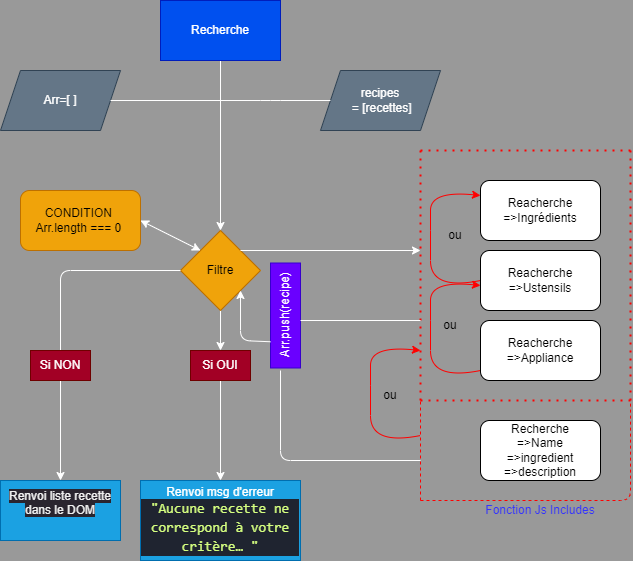
Before: Algo/Option1.png, a diagram exported from draw.io (quentinM22/Formation_Oc-Projet7-Lespetitsplats). Source tidied: cells renumbered, new cells last; positions are measured from the earlier drawing's top-left corner, leaving out a move shared by most shapes.
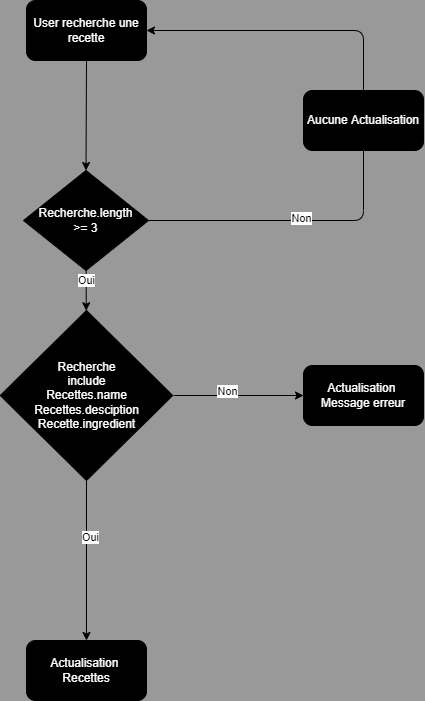
After the commit.

The edit, as a diff of the source:
```diff
@@ -2,185 +2,65 @@
   <root>
     <mxCell id="0" />
     <mxCell id="1" parent="0" />
+    <mxCell id="7" style="edgeStyle=none;html=1;exitX=0.5;exitY=1;exitDx=0;exitDy=0;entryX=0.5;entryY=0;entryDx=0;entryDy=0;" parent="1" edge="1" source="3" target="5">
+      <mxGeometry relative="1" as="geometry" />
+    </mxCell>
+    <mxCell id="3" value="User recherche une recette" style="rounded=1;whiteSpace=wrap;html=1;fillColor=#000000;fontColor=#FFFFFF;" parent="1" vertex="1">
+      <mxGeometry x="103" y="10" width="120" height="60" as="geometry" />
+    </mxCell>
+    <mxCell id="40" style="edgeStyle=none;html=1;" parent="1" edge="1" source="5" target="42">
+      <mxGeometry relative="1" as="geometry" />
+    </mxCell>
+    <mxCell id="24" value="Oui" style="edgeLabel;html=1;align=center;verticalAlign=middle;" parent="40" vertex="1">
+      <mxGeometry x="-0.52" relative="1" as="geometry" />
+    </mxCell>
+    <mxCell id="8" style="edgeStyle=none;html=1;exitX=1;exitY=0.5;exitDx=0;exitDy=0;entryX=0.5;entryY=0;entryDx=0;entryDy=0;" parent="1" edge="1" source="5" target="41">
+      <mxGeometry relative="1" as="geometry">
+        <Array as="points">
+          <mxPoint x="440" y="230" />
+        </Array>
+      </mxGeometry>
+    </mxCell>
+    <mxCell id="23" value="Non" style="edgeLabel;html=1;align=center;verticalAlign=middle;" parent="8" vertex="1">
+      <mxGeometry x="-0.12" y="3" relative="1" as="geometry" />
+    </mxCell>
+    <mxCell id="5" value="Recherche.length&lt;br&gt;&amp;gt;= 3" style="rhombus;whiteSpace=wrap;html=1;fillColor=#000000;fontColor=#FFFFFF;" parent="1" vertex="1">
+      <mxGeometry x="100" y="180" width="125" height="100" as="geometry" />
+    </mxCell>
+    <mxCell id="36" style="edgeStyle=none;html=1;exitX=0.5;exitY=0;exitDx=0;exitDy=0;entryX=1;entryY=0.5;entryDx=0;entryDy=0;" parent="1" edge="1" source="41" target="3">
+      <mxGeometry relative="1" as="geometry">
+        <Array as="points">
+          <mxPoint x="440" y="40" />
+        </Array>
+      </mxGeometry>
+    </mxCell>
+    <mxCell id="41" value="Aucune Actualisation" style="rounded=1;whiteSpace=wrap;html=1;fillColor=#000000;fontColor=#FFFFFF;" parent="1" vertex="1">
+      <mxGeometry x="380" y="100" width="120" height="60" as="geometry" />
+    </mxCell>
+    <mxCell id="11" style="edgeStyle=none;html=1;" parent="1" edge="1" target="2">
+      <mxGeometry relative="1" as="geometry">
+        <mxPoint x="250" y="405" as="sourcePoint" />
+      </mxGeometry>
+    </mxCell>
+    <mxCell id="25" value="Non" style="edgeLabel;html=1;align=center;verticalAlign=middle;" parent="11" vertex="1">
+      <mxGeometry x="-0.19" y="4" relative="1" as="geometry">
+        <mxPoint y="-1" as="offset" />
+      </mxGeometry>
+    </mxCell>
+    <mxCell id="13" style="edgeStyle=none;html=1;" parent="1" edge="1" source="42" target="12">
+      <mxGeometry relative="1" as="geometry" />
+    </mxCell>
+    <mxCell id="26" value="Oui" style="edgeLabel;html=1;align=center;verticalAlign=middle;" parent="13" vertex="1">
+      <mxGeometry x="-0.3" y="3" relative="1" as="geometry" />
+    </mxCell>
+    <mxCell id="42" value="Recherche&lt;br&gt;include&lt;br&gt;Recettes.name&lt;br&gt;Recettes.desciption&lt;br&gt;Recette.ingredient" style="rhombus;whiteSpace=wrap;html=1;fillColor=#000000;fontColor=#FFFFFF;" parent="1" vertex="1">
+      <mxGeometry x="76.8" y="320" width="172.5" height="170" as="geometry" />
+    </mxCell>
-    <mxCell id="2" style="edgeStyle=none;html=1;strokeColor=#FFFFFF;" parent="1" edge="1" source="3" target="5">
-      <mxGeometry relative="1" as="geometry" />
+    <mxCell id="2" value="Actualisation&amp;nbsp;&lt;br&gt;Message erreur" style="rounded=1;whiteSpace=wrap;html=1;fillColor=#000000;fontColor=#FFFFFF;" parent="1" vertex="1">
+      <mxGeometry x="380" y="375" width="120" height="60" as="geometry" />
     </mxCell>
-    <mxCell id="3" value="Recherche" style="rounded=0;whiteSpace=wrap;html=1;fillColor=#0050ef;fontColor=#ffffff;strokeColor=#001DBC;" parent="1" vertex="1">
-      <mxGeometry x="160" width="120" height="60" as="geometry" />
-    </mxCell>
-    <mxCell id="4" style="edgeStyle=none;html=1;strokeColor=#FFFFFF;" parent="1" edge="1" source="5" target="33">
-      <mxGeometry relative="1" as="geometry" />
-    </mxCell>
-    <mxCell id="5" value="Filtre" style="rhombus;whiteSpace=wrap;html=1;fillColor=#f0a30a;fontColor=#000000;strokeColor=#BD7000;" parent="1" vertex="1">
-      <mxGeometry x="180" y="230" width="80" height="80" as="geometry" />
-    </mxCell>
-    <mxCell id="6" value="Renvoi msg d'erreur&lt;br&gt;&lt;div style=&quot;color: rgb(204, 202, 194); background-color: rgb(31, 36, 48); font-family: Consolas, &amp;quot;Courier New&amp;quot;, monospace; font-size: 14px; line-height: 19px;&quot;&gt;&lt;span style=&quot;color: #d5ff80;&quot;&gt;&quot;Aucune recette ne correspond à votre critère… &quot;&lt;/span&gt;&lt;/div&gt;" style="whiteSpace=wrap;html=1;fillColor=#1ba1e2;fontColor=#ffffff;strokeColor=#006EAF;" parent="1" vertex="1">
-      <mxGeometry x="140" y="480" width="160" height="80" as="geometry" />
-    </mxCell>
-    <mxCell id="7" value="&#10;&lt;span style=&quot;color: rgb(240, 240, 240); font-family: Helvetica; font-size: 12px; font-style: normal; font-variant-ligatures: normal; font-variant-caps: normal; font-weight: 400; letter-spacing: normal; orphans: 2; text-align: center; text-indent: 0px; text-transform: none; widows: 2; word-spacing: 0px; -webkit-text-stroke-width: 0px; background-color: rgb(42, 37, 47); text-decoration-thickness: initial; text-decoration-style: initial; text-decoration-color: initial; float: none; display: inline !important;&quot;&gt;Renvoi liste recette dans le DOM&lt;/span&gt;&#10;&#10;" style="whiteSpace=wrap;html=1;fillColor=#1ba1e2;fontColor=#ffffff;strokeColor=#006EAF;" parent="1" vertex="1">
-      <mxGeometry y="480" width="120" height="60" as="geometry" />
-    </mxCell>
-    <mxCell id="8" value="Arr=[ ]" style="shape=parallelogram;perimeter=parallelogramPerimeter;whiteSpace=wrap;html=1;fixedSize=1;fillColor=#647687;fontColor=#ffffff;strokeColor=#314354;" parent="1" vertex="1">
-      <mxGeometry y="70" width="120" height="60" as="geometry" />
-    </mxCell>
-    <mxCell id="9" value="recipes&lt;br&gt;&amp;nbsp;= [recettes]" style="shape=parallelogram;perimeter=parallelogramPerimeter;whiteSpace=wrap;html=1;fixedSize=1;fillColor=#647687;fontColor=#ffffff;strokeColor=#314354;" parent="1" vertex="1">
-      <mxGeometry x="320" y="70" width="120" height="60" as="geometry" />
-    </mxCell>
-    <mxCell id="10" style="endArrow=none;html=1;strokeColor=#FFFFFF;" parent="1" edge="1" source="8" target="9">
-      <mxGeometry relative="1" as="geometry">
-        <Array as="points">
-          <mxPoint x="270" y="100" />
-        </Array>
-      </mxGeometry>
-    </mxCell>
-    <mxCell id="11" value="Reacherche&lt;br&gt;=&amp;gt;Ingrédients" style="rounded=1;whiteSpace=wrap;html=1;" parent="1" vertex="1">
-      <mxGeometry x="480" y="180" width="120" height="60" as="geometry" />
-    </mxCell>
-    <mxCell id="12" value="Reacherche&lt;br&gt;=&amp;gt;Appliance" style="rounded=1;whiteSpace=wrap;html=1;" parent="1" vertex="1">
-      <mxGeometry x="480" y="320" width="120" height="60" as="geometry" />
+    <mxCell id="12" value="Actualisation&amp;nbsp; Recettes" style="rounded=1;whiteSpace=wrap;html=1;fillColor=#000000;fontColor=#FFFFFF;" parent="1" vertex="1">
+      <mxGeometry x="103" y="650" width="120" height="60" as="geometry" />
     </mxCell>
-    <mxCell id="13" value="Reacherche&lt;br&gt;=&amp;gt;Ustensils" style="rounded=1;whiteSpace=wrap;html=1;" parent="1" vertex="1">
-      <mxGeometry x="480" y="250" width="120" height="60" as="geometry" />
-    </mxCell>
-    <mxCell id="14" style="curved=1;endArrow=classic;html=1;entryX=0;entryY=0.25;entryDx=0;entryDy=0;exitX=0;exitY=0.5;exitDx=0;exitDy=0;strokeColor=#FF0000;" parent="1" edge="1" source="13" target="11">
-      <mxGeometry relative="1" as="geometry">
-        <Array as="points">
-          <mxPoint x="430" y="290" />
-          <mxPoint x="430" y="230" />
-          <mxPoint x="430" y="190" />
-        </Array>
-      </mxGeometry>
-    </mxCell>
-    <mxCell id="15" style="curved=1;endArrow=classic;html=1;entryX=0;entryY=0.25;entryDx=0;entryDy=0;exitX=0;exitY=0.5;exitDx=0;exitDy=0;strokeColor=#FF0000;" parent="1" edge="1">
-      <mxGeometry relative="1" as="geometry">
-        <mxPoint x="480" y="370" as="sourcePoint" />
-        <mxPoint x="480" y="285" as="targetPoint" />
-        <Array as="points">
-          <mxPoint x="430" y="380" />
-          <mxPoint x="430" y="320" />
-          <mxPoint x="430" y="280" />
-        </Array>
-      </mxGeometry>
-    </mxCell>
-    <mxCell id="16" value="ou&lt;span style=&quot;color: rgba(0, 0, 0, 0); font-family: monospace; font-size: 0px; text-align: start;&quot;&gt;%3CmxGraphModel%3E%3Croot%3E%3CmxCell%20id%3D%220%22%2F%3E%3CmxCell%20id%3D%221%22%20parent%3D%220%22%2F%3E%3CmxCell%20id%3D%222%22%20value%3D%22%22%20style%3D%22curved%3D1%3BendArrow%3Dclassic%3Bhtml%3D1%3BentryX%3D0%3BentryY%3D0.25%3BentryDx%3D0%3BentryDy%3D0%3BexitX%3D0%3BexitY%3D0.5%3BexitDx%3D0%3BexitDy%3D0%3B%22%20edge%3D%221%22%20parent%3D%221%22%3E%3CmxGeometry%20width%3D%2250%22%20height%3D%2250%22%20relative%3D%221%22%20as%3D%22geometry%22%3E%3CmxPoint%20x%3D%22530%22%20y%3D%22300%22%20as%3D%22sourcePoint%22%2F%3E%3CmxPoint%20x%3D%22530%22%20y%3D%22215%22%20as%3D%22targetPoint%22%2F%3E%3CArray%20as%3D%22points%22%3E%3CmxPoint%20x%3D%22480%22%20y%3D%22310%22%2F%3E%3CmxPoint%20x%3D%22480%22%20y%3D%22250%22%2F%3E%3CmxPoint%20x%3D%22480%22%20y%3D%22210%22%2F%3E%3C%2FArray%3E%3C%2FmxGeometry%3E%3C%2FmxCell%3E%3C%2Froot%3E%3C%2FmxGraphModel%3E&lt;/span&gt;" style="text;html=1;strokeColor=none;fillColor=none;align=center;verticalAlign=middle;whiteSpace=wrap;rounded=0;" parent="1" vertex="1">
-      <mxGeometry x="420" y="310" width="60" height="30" as="geometry" />
-    </mxCell>
-    <mxCell id="17" style="endArrow=none;dashed=1;html=1;dashPattern=1 3;strokeWidth=2;strokeColor=#FF0000;" parent="1" edge="1">
-      <mxGeometry relative="1" as="geometry">
-        <mxPoint x="420" y="150" as="sourcePoint" />
-        <mxPoint x="630" y="150" as="targetPoint" />
-      </mxGeometry>
-    </mxCell>
-    <mxCell id="18" style="endArrow=none;dashed=1;html=1;dashPattern=1 3;strokeWidth=2;strokeColor=#FF0000;" parent="1" edge="1">
-      <mxGeometry relative="1" as="geometry">
-        <mxPoint x="630" y="150" as="sourcePoint" />
-        <mxPoint x="630" y="400" as="targetPoint" />
-      </mxGeometry>
-    </mxCell>
-    <mxCell id="19" style="endArrow=none;dashed=1;html=1;dashPattern=1 3;strokeWidth=2;strokeColor=#FF0000;" parent="1" edge="1">
-      <mxGeometry relative="1" as="geometry">
-        <mxPoint x="420" y="150" as="sourcePoint" />
-        <mxPoint x="420" y="400" as="targetPoint" />
-      </mxGeometry>
-    </mxCell>
-    <mxCell id="20" style="endArrow=none;dashed=1;html=1;dashPattern=1 3;strokeWidth=2;strokeColor=#FF0000;" parent="1" edge="1">
-      <mxGeometry relative="1" as="geometry">
-        <mxPoint x="420" y="400" as="sourcePoint" />
-        <mxPoint x="630" y="400" as="targetPoint" />
-      </mxGeometry>
-    </mxCell>
-    <mxCell id="21" value="ou&lt;span style=&quot;color: rgba(0, 0, 0, 0); font-family: monospace; font-size: 0px; text-align: start;&quot;&gt;%3CmxGraphModel%3E%3Croot%3E%3CmxCell%20id%3D%220%22%2F%3E%3CmxCell%20id%3D%221%22%20parent%3D%220%22%2F%3E%3CmxCell%20id%3D%222%22%20value%3D%22%22%20style%3D%22curved%3D1%3BendArrow%3Dclassic%3Bhtml%3D1%3BentryX%3D0%3BentryY%3D0.25%3BentryDx%3D0%3BentryDy%3D0%3BexitX%3D0%3BexitY%3D0.5%3BexitDx%3D0%3BexitDy%3D0%3B%22%20edge%3D%221%22%20parent%3D%221%22%3E%3CmxGeometry%20width%3D%2250%22%20height%3D%2250%22%20relative%3D%221%22%20as%3D%22geometry%22%3E%3CmxPoint%20x%3D%22530%22%20y%3D%22300%22%20as%3D%22sourcePoint%22%2F%3E%3CmxPoint%20x%3D%22530%22%20y%3D%22215%22%20as%3D%22targetPoint%22%2F%3E%3CArray%20as%3D%22points%22%3E%3CmxPoint%20x%3D%22480%22%20y%3D%22310%22%2F%3E%3CmxPoint%20x%3D%22480%22%20y%3D%22250%22%2F%3E%3CmxPoint%20x%3D%22480%22%20y%3D%22210%22%2F%3E%3C%2FArray%3E%3C%2FmxGeometry%3E%3C%2FmxCell%3E%3C%2Froot%3E%3C%2FmxGraphModel%3E&lt;/span&gt;" style="text;html=1;strokeColor=none;fillColor=none;align=center;verticalAlign=middle;whiteSpace=wrap;rounded=0;" parent="1" vertex="1">
-      <mxGeometry x="420" y="220" width="70" height="30" as="geometry" />
-    </mxCell>
-    <mxCell id="22" value="Recherche&lt;br&gt;=&amp;gt;Name&lt;br&gt;=&amp;gt;ingredient&lt;br&gt;=&amp;gt;description" style="rounded=1;whiteSpace=wrap;html=1;" parent="1" vertex="1">
-      <mxGeometry x="480" y="420" width="120" height="60" as="geometry" />
-    </mxCell>
-    <mxCell id="23" style="endArrow=none;dashed=1;html=1;strokeColor=#FF0000;" parent="1" edge="1">
-      <mxGeometry relative="1" as="geometry">
-        <mxPoint x="420" y="500" as="sourcePoint" />
-        <mxPoint x="420" y="400" as="targetPoint" />
-      </mxGeometry>
-    </mxCell>
-    <mxCell id="24" style="endArrow=none;dashed=1;html=1;strokeColor=#FF0000;" parent="1" edge="1">
-      <mxGeometry relative="1" as="geometry">
-        <mxPoint x="420" y="500" as="sourcePoint" />
-        <mxPoint x="630" y="400" as="targetPoint" />
-        <Array as="points">
-          <mxPoint x="630" y="500" />
-        </Array>
-      </mxGeometry>
-    </mxCell>
-    <mxCell id="25" value="ou&lt;span style=&quot;color: rgba(0, 0, 0, 0); font-family: monospace; font-size: 0px; text-align: start;&quot;&gt;%3CmxGraphModel%3E%3Croot%3E%3CmxCell%20id%3D%220%22%2F%3E%3CmxCell%20id%3D%221%22%20parent%3D%220%22%2F%3E%3CmxCell%20id%3D%222%22%20value%3D%22%22%20style%3D%22curved%3D1%3BendArrow%3Dclassic%3Bhtml%3D1%3BentryX%3D0%3BentryY%3D0.25%3BentryDx%3D0%3BentryDy%3D0%3BexitX%3D0%3BexitY%3D0.5%3BexitDx%3D0%3BexitDy%3D0%3B%22%20edge%3D%221%22%20parent%3D%221%22%3E%3CmxGeometry%20width%3D%2250%22%20height%3D%2250%22%20relative%3D%221%22%20as%3D%22geometry%22%3E%3CmxPoint%20x%3D%22530%22%20y%3D%22300%22%20as%3D%22sourcePoint%22%2F%3E%3CmxPoint%20x%3D%22530%22%20y%3D%22215%22%20as%3D%22targetPoint%22%2F%3E%3CArray%20as%3D%22points%22%3E%3CmxPoint%20x%3D%22480%22%20y%3D%22310%22%2F%3E%3CmxPoint%20x%3D%22480%22%20y%3D%22250%22%2F%3E%3CmxPoint%20x%3D%22480%22%20y%3D%22210%22%2F%3E%3C%2FArray%3E%3C%2FmxGeometry%3E%3C%2FmxCell%3E%3C%2Froot%3E%3C%2FmxGraphModel%3E&lt;/span&gt;" style="text;html=1;strokeColor=none;fillColor=none;align=center;verticalAlign=middle;whiteSpace=wrap;rounded=0;" parent="1" vertex="1">
-      <mxGeometry x="360" y="380" width="60" height="30" as="geometry" />
-    </mxCell>
-    <mxCell id="26" style="curved=1;endArrow=classic;html=1;entryX=0;entryY=0.25;entryDx=0;entryDy=0;exitX=0;exitY=0.5;exitDx=0;exitDy=0;strokeColor=#FF0000;" parent="1" edge="1">
-      <mxGeometry relative="1" as="geometry">
-        <mxPoint x="420" y="435" as="sourcePoint" />
-        <mxPoint x="420" y="350" as="targetPoint" />
-        <Array as="points">
-          <mxPoint x="370" y="445" />
-          <mxPoint x="370" y="385" />
-          <mxPoint x="370" y="345" />
-        </Array>
-      </mxGeometry>
-    </mxCell>
-    <mxCell id="27" style="endArrow=classic;html=1;exitX=1;exitY=0;exitDx=0;exitDy=0;entryX=0;entryY=1;entryDx=0;entryDy=0;strokeColor=#FFFFFF;" parent="1" edge="1" source="5" target="21">
-      <mxGeometry relative="1" as="geometry" />
-    </mxCell>
-    <mxCell id="28" style="endArrow=none;html=1;strokeColor=#FFFFFF;" parent="1" edge="1">
-      <mxGeometry relative="1" as="geometry">
-        <mxPoint x="280" y="370" as="sourcePoint" />
-        <mxPoint x="420" y="460" as="targetPoint" />
-        <Array as="points">
-          <mxPoint x="280" y="460" />
-        </Array>
-      </mxGeometry>
-    </mxCell>
-    <mxCell id="29" value="Arr.push(recipe)" style="text;html=1;strokeColor=#3700CC;fillColor=#6a00ff;align=center;verticalAlign=middle;whiteSpace=wrap;rounded=0;rotation=270;fontColor=#ffffff;" parent="1" vertex="1">
-      <mxGeometry x="232.5" y="300" width="105" height="30" as="geometry" />
-    </mxCell>
-    <mxCell id="30" style="endArrow=none;html=1;strokeColor=#FFFFFF;" parent="1" edge="1">
-      <mxGeometry relative="1" as="geometry">
-        <mxPoint x="300" y="320" as="sourcePoint" />
-        <mxPoint x="420" y="320" as="targetPoint" />
-      </mxGeometry>
-    </mxCell>
-    <mxCell id="31" style="endArrow=classic;html=1;entryX=1;entryY=1;entryDx=0;entryDy=0;exitX=0.25;exitY=0;exitDx=0;exitDy=0;strokeColor=#FFFFFF;" parent="1" edge="1" source="29" target="5">
-      <mxGeometry relative="1" as="geometry">
-        <Array as="points">
-          <mxPoint x="240" y="340" />
-        </Array>
-      </mxGeometry>
-    </mxCell>
-    <mxCell id="32" style="edgeStyle=none;html=1;strokeColor=#FFFFFF;" parent="1" edge="1" source="33" target="6">
-      <mxGeometry relative="1" as="geometry" />
-    </mxCell>
-    <mxCell id="33" value="Si OUI" style="text;html=1;strokeColor=#6F0000;fillColor=#a20025;align=center;verticalAlign=middle;whiteSpace=wrap;rounded=0;fontColor=#ffffff;" parent="1" vertex="1">
-      <mxGeometry x="190" y="350" width="60" height="30" as="geometry" />
-    </mxCell>
-    <mxCell id="34" style="endArrow=none;html=1;entryX=0;entryY=0.5;entryDx=0;entryDy=0;exitX=0.5;exitY=0;exitDx=0;exitDy=0;strokeColor=#FFFFFF;" parent="1" edge="1" source="36" target="5">
-      <mxGeometry relative="1" as="geometry">
-        <Array as="points">
-          <mxPoint x="60" y="270" />
-        </Array>
-      </mxGeometry>
-    </mxCell>
-    <mxCell id="35" style="edgeStyle=none;html=1;strokeColor=#FFFFFF;" parent="1" edge="1" source="36" target="7">
-      <mxGeometry relative="1" as="geometry" />
-    </mxCell>
-    <mxCell id="36" value="Si NON" style="text;html=1;strokeColor=#6F0000;fillColor=#a20025;align=center;verticalAlign=middle;whiteSpace=wrap;rounded=0;fontColor=#ffffff;" parent="1" vertex="1">
-      <mxGeometry x="30" y="350" width="60" height="30" as="geometry" />
-    </mxCell>
-    <mxCell id="37" style="endArrow=classic;startArrow=classic;html=1;entryX=0;entryY=0;entryDx=0;entryDy=0;strokeColor=#FFFFFF;" parent="1" edge="1" target="5">
-      <mxGeometry relative="1" as="geometry">
-        <mxPoint x="140" y="220" as="sourcePoint" />
-      </mxGeometry>
-    </mxCell>
-    <mxCell id="38" value="CONDITION&amp;nbsp;&lt;br&gt;Arr.length === 0&amp;nbsp;" style="rounded=1;whiteSpace=wrap;html=1;fillColor=#f0a30a;fontColor=#000000;strokeColor=#BD7000;" parent="1" vertex="1">
-      <mxGeometry x="20" y="190" width="120" height="60" as="geometry" />
-    </mxCell>
-    <mxCell id="39" value="Fonction Js Includes" style="text;html=1;strokeColor=none;fillColor=none;align=center;verticalAlign=middle;whiteSpace=wrap;rounded=0;fontColor=#3333FF;" parent="1" vertex="1">
-      <mxGeometry x="480" y="495" width="120" height="30" as="geometry" />
-    </mxCell>
   </root>
 </mxGraphModel>
```
